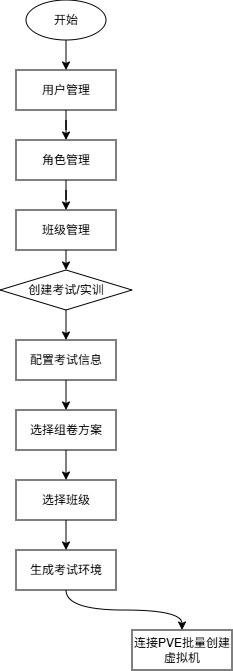
BlueTeethAC/drowIOWarehouse keeps this draw.io diagram as 海盾云实训平台系统信息流程图.png. Above is the earlier version. Source tidied: cells renumbered, new cells last; positions are measured from the earlier drawing's top-left corner, leaving out a move shared by most shapes.
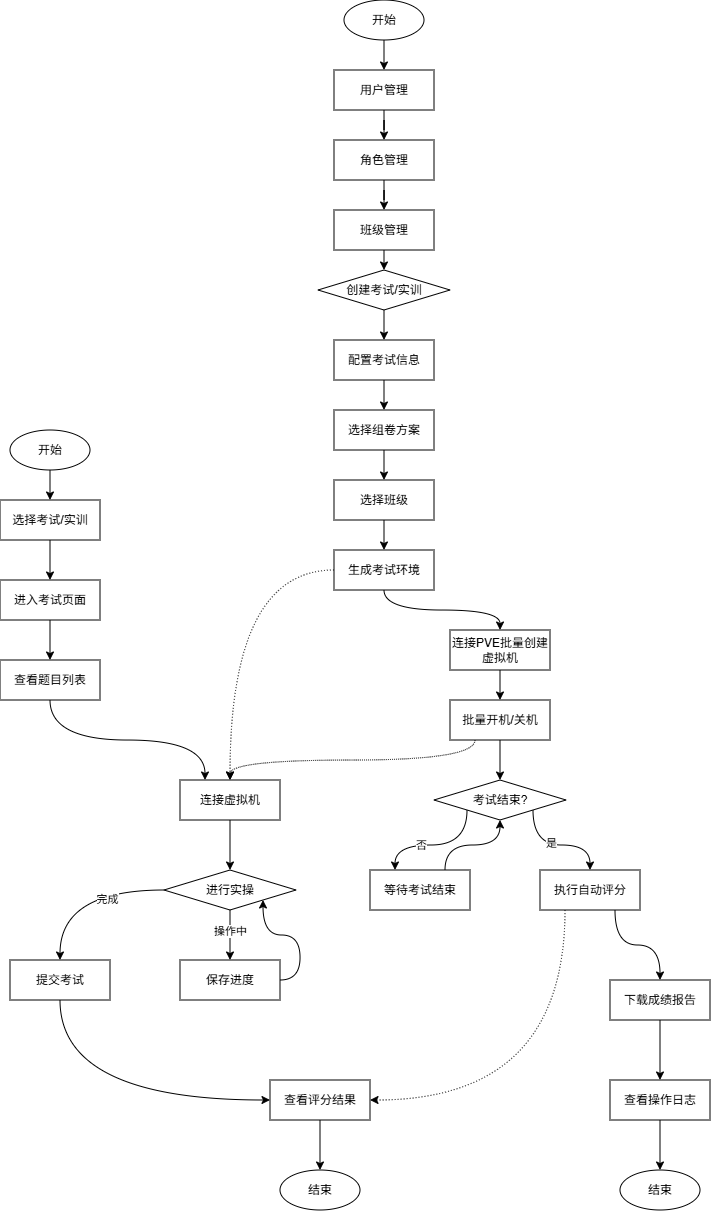
After the commit.

Commit message:
更新海盾云实训平台系统信息流程图.png

Change to the diagram source:
```diff
@@ -53,11 +53,137 @@
     <mxCell id="18" style="edgeStyle=orthogonalEdgeStyle;curved=1;rounded=0;jettySize=auto;html=1;exitX=0.5;exitY=1;exitDx=0;exitDy=0;" parent="1" edge="1" source="19" target="20">
       <mxGeometry relative="1" as="geometry" />
     </mxCell>
+    <mxCell id="21" style="edgeStyle=orthogonalEdgeStyle;curved=1;rounded=0;jettySize=auto;html=1;exitX=0;exitY=0.5;exitDx=0;exitDy=0;dashed=1;dashPattern=1 2;" parent="1" edge="1" source="19" target="32">
+      <mxGeometry relative="1" as="geometry" />
+    </mxCell>
     <mxCell id="19" value="生成考试环境" style="rounded=0;whiteSpace=wrap;html=1;" parent="1" vertex="1">
       <mxGeometry x="16" y="550" width="100" height="40" as="geometry" />
     </mxCell>
+    <mxCell id="22" style="edgeStyle=orthogonalEdgeStyle;curved=1;rounded=0;jettySize=auto;html=1;exitX=0.5;exitY=1;exitDx=0;exitDy=0;entryX=0.5;entryY=0;entryDx=0;entryDy=0;" parent="1" edge="1" source="20" target="25">
+      <mxGeometry relative="1" as="geometry" />
+    </mxCell>
     <mxCell id="20" value="连接PVE批量创建虚拟机" style="rounded=0;whiteSpace=wrap;html=1;" parent="1" vertex="1">
       <mxGeometry x="132" y="630" width="100" height="40" as="geometry" />
     </mxCell>
+    <mxCell id="23" style="edgeStyle=orthogonalEdgeStyle;curved=1;rounded=0;jettySize=auto;html=1;exitX=0.5;exitY=1;exitDx=0;exitDy=0;entryX=0.5;entryY=0;entryDx=0;entryDy=0;" parent="1" edge="1" source="25" target="30">
+      <mxGeometry relative="1" as="geometry" />
+    </mxCell>
+    <mxCell id="24" style="edgeStyle=orthogonalEdgeStyle;curved=1;rounded=0;jettySize=auto;html=1;exitX=0.25;exitY=1;exitDx=0;exitDy=0;entryX=0.5;entryY=0;entryDx=0;entryDy=0;dashed=1;dashPattern=1 1;" parent="1" edge="1" source="25" target="32">
+      <mxGeometry relative="1" as="geometry" />
+    </mxCell>
+    <mxCell id="25" value="批量开机/关机" style="rounded=0;whiteSpace=wrap;html=1;" parent="1" vertex="1">
+      <mxGeometry x="132" y="700" width="100" height="40" as="geometry" />
+    </mxCell>
+    <mxCell id="26" style="edgeStyle=orthogonalEdgeStyle;curved=1;rounded=0;jettySize=auto;html=1;exitX=0;exitY=1;exitDx=0;exitDy=0;entryX=0.25;entryY=0;entryDx=0;entryDy=0;" parent="1" edge="1" source="30" target="42">
+      <mxGeometry relative="1" as="geometry" />
+    </mxCell>
+    <mxCell id="27" value="否" style="edgeLabel;html=1;align=center;verticalAlign=middle;" parent="26" vertex="1">
+      <mxGeometry x="0.23" relative="1" as="geometry" />
+    </mxCell>
+    <mxCell id="28" style="edgeStyle=orthogonalEdgeStyle;curved=1;rounded=0;jettySize=auto;html=1;exitX=1;exitY=1;exitDx=0;exitDy=0;entryX=0.5;entryY=0;entryDx=0;entryDy=0;" parent="1" edge="1" source="30" target="45">
+      <mxGeometry relative="1" as="geometry" />
+    </mxCell>
+    <mxCell id="29" value="是" style="edgeLabel;html=1;align=center;verticalAlign=middle;" parent="28" vertex="1">
+      <mxGeometry x="-0.09" y="2" relative="1" as="geometry" />
+    </mxCell>
+    <mxCell id="30" value="考试结束?" style="rhombus;whiteSpace=wrap;html=1;" parent="1" vertex="1">
+      <mxGeometry x="116" y="780" width="132" height="40" as="geometry" />
+    </mxCell>
+    <mxCell id="31" style="edgeStyle=orthogonalEdgeStyle;curved=1;rounded=0;jettySize=auto;html=1;exitX=0.5;exitY=1;exitDx=0;exitDy=0;entryX=0.5;entryY=0;entryDx=0;entryDy=0;" parent="1" edge="1" source="32" target="50">
+      <mxGeometry relative="1" as="geometry" />
+    </mxCell>
+    <mxCell id="32" value="连接虚拟机" style="rounded=0;whiteSpace=wrap;html=1;" parent="1" vertex="1">
+      <mxGeometry x="-138" y="780" width="100" height="40" as="geometry" />
+    </mxCell>
+    <mxCell id="33" style="edgeStyle=orthogonalEdgeStyle;curved=1;rounded=0;jettySize=auto;html=1;exitX=0.5;exitY=1;exitDx=0;exitDy=0;entryX=0.5;entryY=0;entryDx=0;entryDy=0;" parent="1" edge="1" source="34" target="36">
+      <mxGeometry relative="1" as="geometry" />
+    </mxCell>
+    <mxCell id="34" value="开始" style="ellipse;whiteSpace=wrap;html=1;" parent="1" vertex="1">
+      <mxGeometry x="-308" y="430" width="80" height="40" as="geometry" />
+    </mxCell>
+    <mxCell id="35" style="edgeStyle=orthogonalEdgeStyle;curved=1;rounded=0;jettySize=auto;html=1;exitX=0.5;exitY=1;exitDx=0;exitDy=0;entryX=0.5;entryY=0;entryDx=0;entryDy=0;" parent="1" edge="1" source="36" target="38">
+      <mxGeometry relative="1" as="geometry" />
+    </mxCell>
+    <mxCell id="36" value="选择考试/实训" style="rounded=0;whiteSpace=wrap;html=1;" parent="1" vertex="1">
+      <mxGeometry x="-318" y="500" width="100" height="40" as="geometry" />
+    </mxCell>
+    <mxCell id="37" style="edgeStyle=orthogonalEdgeStyle;curved=1;rounded=0;jettySize=auto;html=1;exitX=0.5;exitY=1;exitDx=0;exitDy=0;entryX=0.5;entryY=0;entryDx=0;entryDy=0;" parent="1" edge="1" source="38" target="40">
+      <mxGeometry relative="1" as="geometry" />
+    </mxCell>
+    <mxCell id="38" value="进入考试页面" style="rounded=0;whiteSpace=wrap;html=1;" parent="1" vertex="1">
+      <mxGeometry x="-318" y="580" width="100" height="40" as="geometry" />
+    </mxCell>
+    <mxCell id="39" style="edgeStyle=orthogonalEdgeStyle;curved=1;rounded=0;jettySize=auto;html=1;exitX=0.5;exitY=1;exitDx=0;exitDy=0;entryX=0.25;entryY=0;entryDx=0;entryDy=0;" parent="1" edge="1" source="40" target="32">
+      <mxGeometry relative="1" as="geometry" />
+    </mxCell>
+    <mxCell id="40" value="查看题目列表" style="rounded=0;whiteSpace=wrap;html=1;" parent="1" vertex="1">
+      <mxGeometry x="-318" y="660" width="100" height="40" as="geometry" />
+    </mxCell>
+    <mxCell id="41" style="edgeStyle=orthogonalEdgeStyle;curved=1;rounded=0;jettySize=auto;html=1;exitX=0.75;exitY=0;exitDx=0;exitDy=0;entryX=0.5;entryY=1;entryDx=0;entryDy=0;" parent="1" edge="1" source="42" target="30">
+      <mxGeometry relative="1" as="geometry" />
+    </mxCell>
+    <mxCell id="42" value="等待考试结束" style="rounded=0;whiteSpace=wrap;html=1;" parent="1" vertex="1">
+      <mxGeometry x="52" y="870" width="100" height="40" as="geometry" />
+    </mxCell>
+    <mxCell id="43" style="edgeStyle=orthogonalEdgeStyle;curved=1;rounded=0;jettySize=auto;html=1;exitX=0.25;exitY=1;exitDx=0;exitDy=0;entryX=1;entryY=0.5;entryDx=0;entryDy=0;dashed=1;dashPattern=1 2;" parent="1" edge="1" source="45" target="56">
+      <mxGeometry relative="1" as="geometry" />
+    </mxCell>
+    <mxCell id="44" style="edgeStyle=orthogonalEdgeStyle;curved=1;rounded=0;jettySize=auto;html=1;exitX=0.75;exitY=1;exitDx=0;exitDy=0;entryX=0.5;entryY=0;entryDx=0;entryDy=0;" parent="1" edge="1" source="45" target="58">
+      <mxGeometry relative="1" as="geometry" />
+    </mxCell>
+    <mxCell id="45" value="执行自动评分" style="rounded=0;whiteSpace=wrap;html=1;" parent="1" vertex="1">
+      <mxGeometry x="222" y="870" width="100" height="40" as="geometry" />
+    </mxCell>
+    <mxCell id="46" style="edgeStyle=orthogonalEdgeStyle;curved=1;rounded=0;jettySize=auto;html=1;exitX=0.5;exitY=1;exitDx=0;exitDy=0;entryX=0.5;entryY=0;entryDx=0;entryDy=0;" parent="1" edge="1" source="50" target="52">
+      <mxGeometry relative="1" as="geometry" />
+    </mxCell>
+    <mxCell id="47" value="操作中" style="edgeLabel;html=1;align=center;verticalAlign=middle;" parent="46" vertex="1">
+      <mxGeometry x="-0.16" relative="1" as="geometry" />
+    </mxCell>
+    <mxCell id="48" style="edgeStyle=orthogonalEdgeStyle;curved=1;rounded=0;jettySize=auto;html=1;exitX=0;exitY=0.5;exitDx=0;exitDy=0;entryX=0.5;entryY=0;entryDx=0;entryDy=0;" parent="1" edge="1" source="50" target="54">
+      <mxGeometry relative="1" as="geometry" />
+    </mxCell>
+    <mxCell id="49" value="完成" style="edgeLabel;html=1;align=center;verticalAlign=middle;" parent="48" vertex="1">
+      <mxGeometry x="-0.33" y="9" relative="1" as="geometry" />
+    </mxCell>
+    <mxCell id="50" value="进行实操" style="rhombus;whiteSpace=wrap;html=1;" parent="1" vertex="1">
+      <mxGeometry x="-154" y="870" width="132" height="40" as="geometry" />
+    </mxCell>
+    <mxCell id="51" style="edgeStyle=orthogonalEdgeStyle;curved=1;rounded=0;jettySize=auto;html=1;exitX=1;exitY=0.5;exitDx=0;exitDy=0;entryX=1;entryY=1;entryDx=0;entryDy=0;" parent="1" edge="1" source="52" target="50">
+      <mxGeometry relative="1" as="geometry" />
+    </mxCell>
+    <mxCell id="52" value="保存进度" style="rounded=0;whiteSpace=wrap;html=1;" parent="1" vertex="1">
+      <mxGeometry x="-138" y="960" width="100" height="40" as="geometry" />
+    </mxCell>
+    <mxCell id="53" style="edgeStyle=orthogonalEdgeStyle;curved=1;rounded=0;jettySize=auto;html=1;exitX=0.5;exitY=1;exitDx=0;exitDy=0;entryX=0;entryY=0.5;entryDx=0;entryDy=0;" parent="1" edge="1" source="54" target="56">
+      <mxGeometry relative="1" as="geometry" />
+    </mxCell>
+    <mxCell id="54" value="提交考试" style="rounded=0;whiteSpace=wrap;html=1;" parent="1" vertex="1">
+      <mxGeometry x="-308" y="960" width="100" height="40" as="geometry" />
+    </mxCell>
+    <mxCell id="55" style="edgeStyle=orthogonalEdgeStyle;curved=1;rounded=0;jettySize=auto;html=1;exitX=0.5;exitY=1;exitDx=0;exitDy=0;entryX=0.5;entryY=0;entryDx=0;entryDy=0;" parent="1" edge="1" source="56" target="61">
+      <mxGeometry relative="1" as="geometry" />
+    </mxCell>
+    <mxCell id="56" value="查看评分结果" style="rounded=0;whiteSpace=wrap;html=1;" parent="1" vertex="1">
+      <mxGeometry x="-48" y="1080" width="100" height="40" as="geometry" />
+    </mxCell>
+    <mxCell id="57" style="edgeStyle=orthogonalEdgeStyle;curved=1;rounded=0;jettySize=auto;html=1;exitX=0.5;exitY=1;exitDx=0;exitDy=0;entryX=0.5;entryY=0;entryDx=0;entryDy=0;" parent="1" edge="1" source="58" target="60">
+      <mxGeometry relative="1" as="geometry" />
+    </mxCell>
+    <mxCell id="58" value="下载成绩报告" style="rounded=0;whiteSpace=wrap;html=1;" parent="1" vertex="1">
+      <mxGeometry x="292" y="980" width="100" height="40" as="geometry" />
+    </mxCell>
+    <mxCell id="59" style="edgeStyle=orthogonalEdgeStyle;curved=1;rounded=0;jettySize=auto;html=1;exitX=0.5;exitY=1;exitDx=0;exitDy=0;entryX=0.5;entryY=0;entryDx=0;entryDy=0;" parent="1" edge="1" source="60" target="62">
+      <mxGeometry relative="1" as="geometry" />
+    </mxCell>
+    <mxCell id="60" value="查看操作日志" style="rounded=0;whiteSpace=wrap;html=1;" parent="1" vertex="1">
+      <mxGeometry x="292" y="1080" width="100" height="40" as="geometry" />
+    </mxCell>
+    <mxCell id="61" value="结束" style="ellipse;whiteSpace=wrap;html=1;" parent="1" vertex="1">
+      <mxGeometry x="-38" y="1170" width="80" height="40" as="geometry" />
+    </mxCell>
+    <mxCell id="62" value="结束" style="ellipse;whiteSpace=wrap;html=1;" parent="1" vertex="1">
+      <mxGeometry x="302" y="1170" width="80" height="40" as="geometry" />
+    </mxCell>
   </root>
 </mxGraphModel>
```
